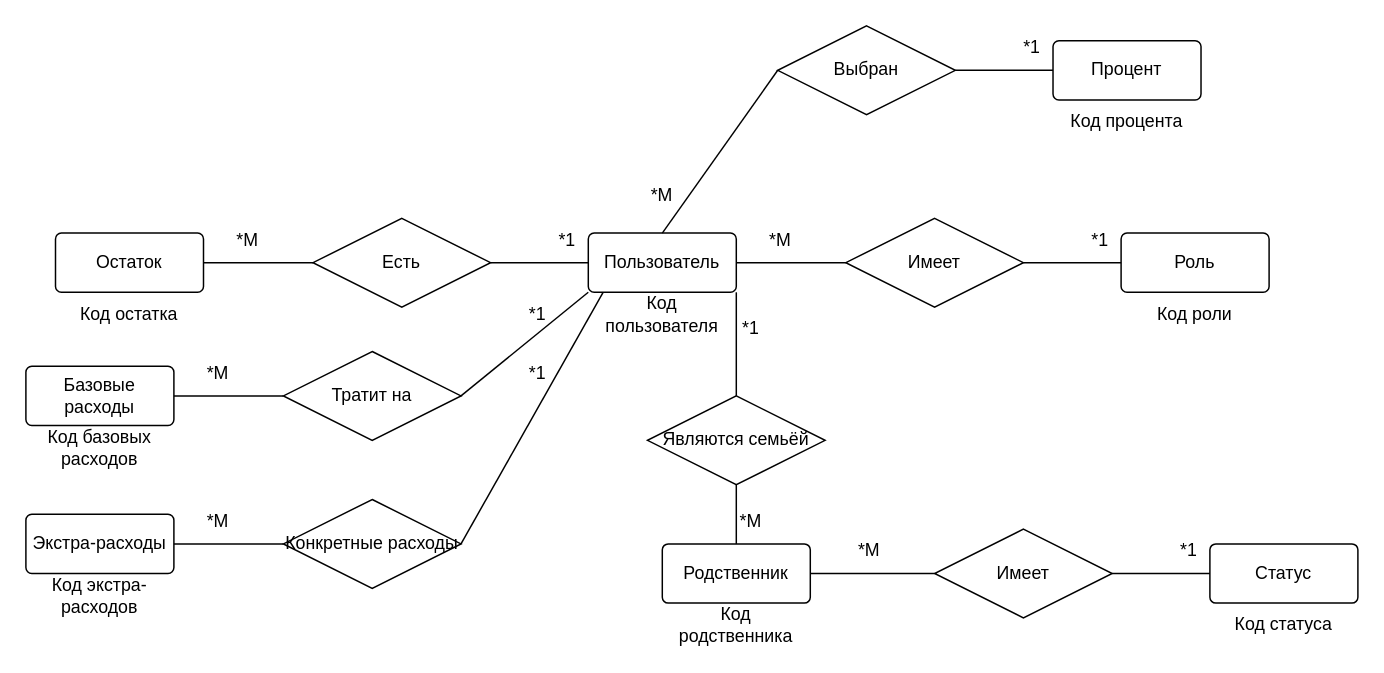
Earlier version of the draw.io diagram page "Страница — 12" (12 of 18) of new_kurs.drawio (dahichnero/schemas). Source tidied: cells renumbered, new cells numbered last; positions are measured from the earlier drawing's top-left corner, leaving out a move shared by most shapes. Both pictures are drawn from the tidied source at 148%, with x=0, y=0 at pixel (25, 25).
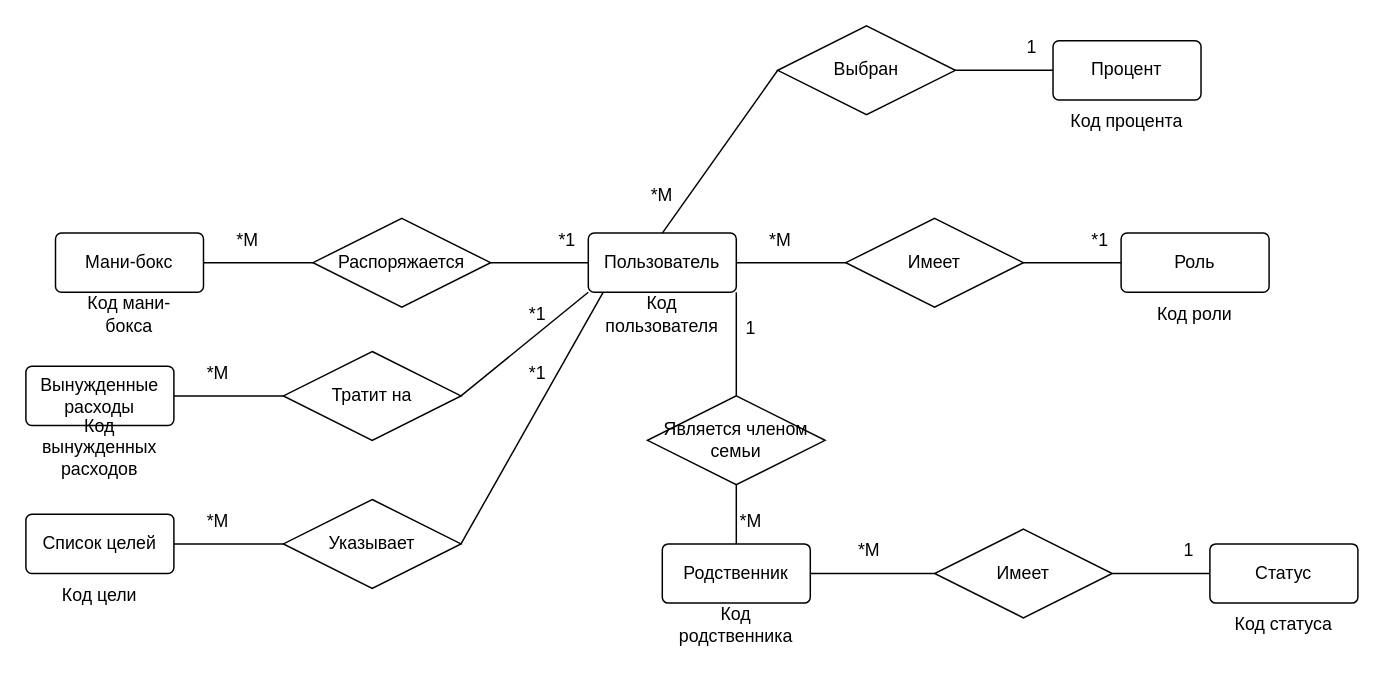
After the change.

Change to the diagram source:
```diff
@@
-    <mxCell id="2" value="Остаток" style="rounded=1;arcSize=10;whiteSpace=wrap;html=1;align=center;" parent="1" vertex="1">
+    <mxCell id="2" value="Мани-бокс" style="rounded=1;arcSize=10;whiteSpace=wrap;html=1;align=center;" parent="1" vertex="1">
       <mxGeometry x="20" y="140" width="100" height="40" as="geometry" />
     </mxCell>
@@
-    <mxCell id="4" value="Есть" style="shape=rhombus;perimeter=rhombusPerimeter;whiteSpace=wrap;html=1;align=center;" parent="1" vertex="1">
+    <mxCell id="4" value="Распоряжается" style="shape=rhombus;perimeter=rhombusPerimeter;whiteSpace=wrap;html=1;align=center;" parent="1" vertex="1">
       <mxGeometry x="194" y="130" width="120" height="60" as="geometry" />
     </mxCell>
@@
-    <mxCell id="9" value="Код остатка" style="text;html=1;strokeColor=none;fillColor=none;align=center;verticalAlign=middle;whiteSpace=wrap;rounded=0;" parent="1" vertex="1">
+    <mxCell id="9" value="Код мани-бокса" style="text;html=1;strokeColor=none;fillColor=none;align=center;verticalAlign=middle;whiteSpace=wrap;rounded=0;" parent="1" vertex="1">
       <mxGeometry x="30" y="180" width="80" height="30" as="geometry" />
     </mxCell>
@@
-    <mxCell id="23" value="*1" style="text;html=1;strokeColor=none;fillColor=none;align=center;verticalAlign=middle;whiteSpace=wrap;rounded=0;" parent="1" vertex="1">
+    <mxCell id="23" value="1" style="text;html=1;strokeColor=none;fillColor=none;align=center;verticalAlign=middle;whiteSpace=wrap;rounded=0;" parent="1" vertex="1">
       <mxGeometry x="670" width="20" height="30" as="geometry" />
     </mxCell>
@@
-    <mxCell id="25" value="Базовые расходы" style="rounded=1;arcSize=10;whiteSpace=wrap;html=1;align=center;" parent="1" vertex="1">
+    <mxCell id="25" value="Вынужденные расходы" style="rounded=1;arcSize=10;whiteSpace=wrap;html=1;align=center;" parent="1" vertex="1">
       <mxGeometry y="230" width="100" height="40" as="geometry" />
     </mxCell>
@@
-    <mxCell id="31" value="Код базовых расходов" style="text;html=1;strokeColor=none;fillColor=none;align=center;verticalAlign=middle;whiteSpace=wrap;rounded=0;" parent="1" vertex="1">
+    <mxCell id="31" value="Код вынужденных расходов" style="text;html=1;strokeColor=none;fillColor=none;align=center;verticalAlign=middle;whiteSpace=wrap;rounded=0;" parent="1" vertex="1">
       <mxGeometry x="10" y="270" width="80" height="30" as="geometry" />
     </mxCell>
-    <mxCell id="32" value="Экстра-расходы" style="rounded=1;arcSize=10;whiteSpace=wrap;html=1;align=center;" parent="1" vertex="1">
+    <mxCell id="32" value="Список целей" style="rounded=1;arcSize=10;whiteSpace=wrap;html=1;align=center;" parent="1" vertex="1">
       <mxGeometry y="330" width="100" height="40" as="geometry" />
     </mxCell>
-    <mxCell id="33" value="Конкретные расходы" style="shape=rhombus;perimeter=rhombusPerimeter;whiteSpace=wrap;html=1;align=center;" parent="1" vertex="1">
+    <mxCell id="33" value="Указывает" style="shape=rhombus;perimeter=rhombusPerimeter;whiteSpace=wrap;html=1;align=center;" parent="1" vertex="1">
       <mxGeometry x="174" y="320" width="120" height="60" as="geometry" />
     </mxCell>
@@
-    <mxCell id="38" value="Код экстра-расходов" style="text;html=1;strokeColor=none;fillColor=none;align=center;verticalAlign=middle;whiteSpace=wrap;rounded=0;" parent="1" vertex="1">
+    <mxCell id="38" value="Код цели" style="text;html=1;strokeColor=none;fillColor=none;align=center;verticalAlign=middle;whiteSpace=wrap;rounded=0;" parent="1" vertex="1">
       <mxGeometry x="10" y="370" width="80" height="30" as="geometry" />
     </mxCell>
@@
-    <mxCell id="40" value="Являются семьёй" style="shape=rhombus;perimeter=rhombusPerimeter;whiteSpace=wrap;html=1;align=center;" parent="1" vertex="1">
+    <mxCell id="40" value="Является членом семьи" style="shape=rhombus;perimeter=rhombusPerimeter;whiteSpace=wrap;html=1;align=center;" parent="1" vertex="1">
       <mxGeometry x="420" y="250" width="120" height="60" as="geometry" />
     </mxCell>
@@
-    <mxCell id="44" value="*1" style="text;html=1;strokeColor=none;fillColor=none;align=center;verticalAlign=middle;whiteSpace=wrap;rounded=0;" parent="1" vertex="1">
+    <mxCell id="44" value="1" style="text;html=1;strokeColor=none;fillColor=none;align=center;verticalAlign=middle;whiteSpace=wrap;rounded=0;" parent="1" vertex="1">
       <mxGeometry x="480" y="190" width="20" height="30" as="geometry" />
     </mxCell>
@@
-    <mxCell id="51" value="*1" style="text;html=1;strokeColor=none;fillColor=none;align=center;verticalAlign=middle;whiteSpace=wrap;rounded=0;" parent="1" vertex="1">
+    <mxCell id="51" value="1" style="text;html=1;strokeColor=none;fillColor=none;align=center;verticalAlign=middle;whiteSpace=wrap;rounded=0;" parent="1" vertex="1">
       <mxGeometry x="776" y="340" width="20" height="30" as="geometry" />
     </mxCell>
```
